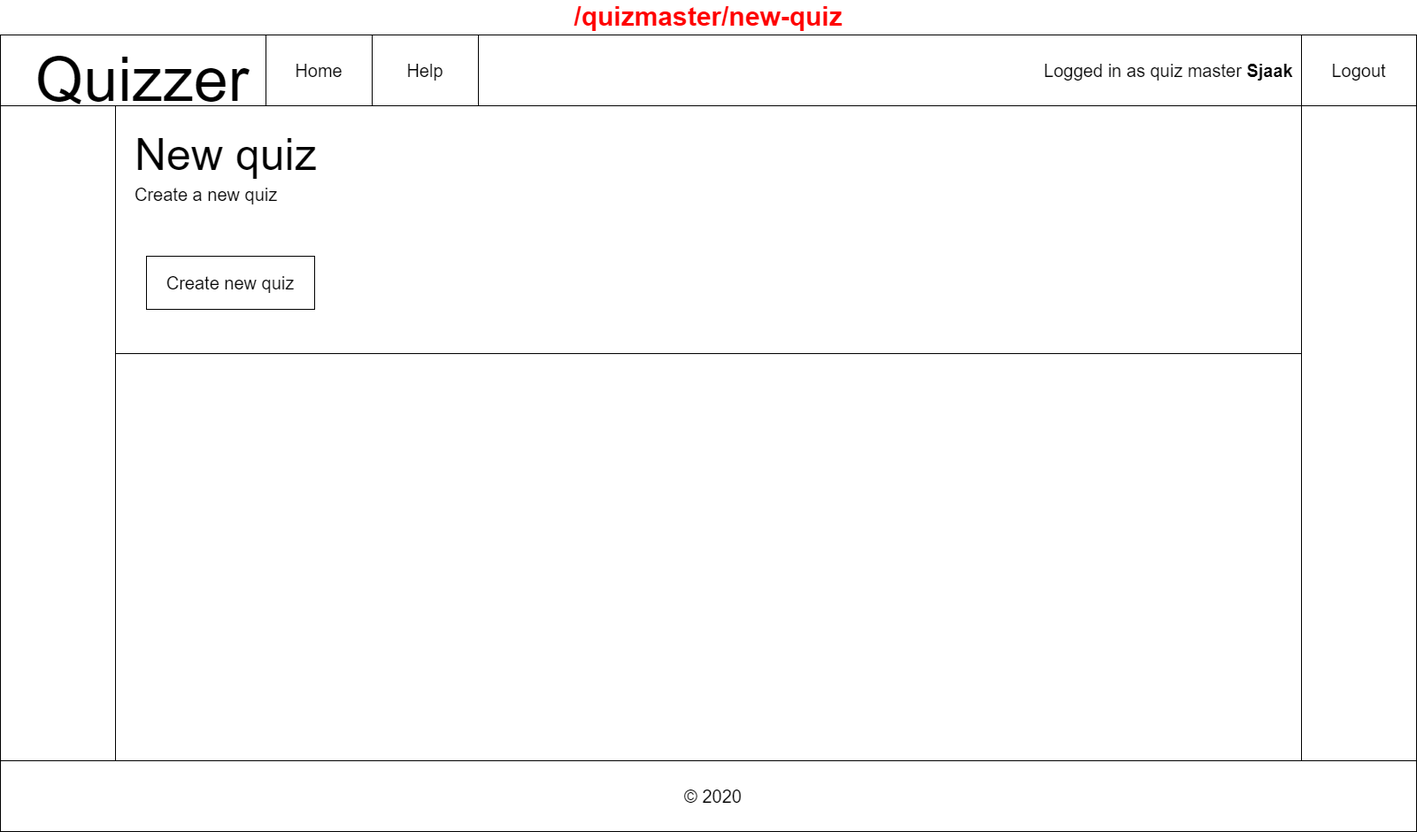
Before: docs/wireframes/quizmaster-new-quiz.png, a diagram exported from draw.io (IkBenDeSjaak/Quizzer). Source tidied: cells renumbered, new cells last; positions are measured from the earlier drawing's top-left corner, leaving out a move shared by most shapes. The source it was exported from:
```xml
<mxGraphModel>
  <root>
    <mxCell id="0" />
    <mxCell id="1" parent="0" />
    <mxCell id="2" style="group;" parent="1" vertex="1">
      <mxGeometry width="1600" height="900" as="geometry" />
    </mxCell>
    <mxCell id="3" value="/quizmaster/new-quiz" style="rounded=0;whiteSpace=wrap;html=1;labelPosition=center;verticalLabelPosition=top;align=center;verticalAlign=bottom;fontStyle=1;fontSize=30;fontColor=#FF0000;" parent="2" vertex="1">
      <mxGeometry width="1600" height="900" as="geometry" />
    </mxCell>
    <mxCell id="4" style="rounded=0;whiteSpace=wrap;html=1;" parent="2" vertex="1">
      <mxGeometry width="1600" height="80" as="geometry" />
    </mxCell>
    <mxCell id="5" value="&lt;font style=&quot;font-size: 70px&quot;&gt;Quizzer&lt;/font&gt;" style="text;html=1;align=center;verticalAlign=middle;" parent="2" vertex="1">
      <mxGeometry x="30" y="30" width="260" height="40" as="geometry" />
    </mxCell>
    <mxCell id="6" style="rounded=0;whiteSpace=wrap;html=1;" parent="2" vertex="1">
      <mxGeometry x="130" y="80" width="1340" height="740" as="geometry" />
    </mxCell>
    <mxCell id="7" style="rounded=0;whiteSpace=wrap;html=1;" parent="2" vertex="1">
      <mxGeometry y="820" width="1600" height="80" as="geometry" />
    </mxCell>
    <mxCell id="8" value="&lt;font style=&quot;font-size: 20px&quot;&gt;© 2020&lt;/font&gt;" style="text;html=1;align=center;verticalAlign=middle;" parent="2" vertex="1">
      <mxGeometry x="765" y="850" width="80" height="20" as="geometry" />
    </mxCell>
    <mxCell id="9" value="Home" style="rounded=0;whiteSpace=wrap;html=1;fontSize=20;" parent="2" vertex="1">
      <mxGeometry x="300" width="120" height="80" as="geometry" />
    </mxCell>
    <mxCell id="10" value="Help" style="rounded=0;whiteSpace=wrap;html=1;fontSize=20;" parent="2" vertex="1">
      <mxGeometry x="420" width="120" height="80" as="geometry" />
    </mxCell>
    <mxCell id="11" style="rounded=0;whiteSpace=wrap;html=1;" parent="2" vertex="1">
      <mxGeometry x="130" y="80" width="1340" height="280" as="geometry" />
    </mxCell>
    <mxCell id="12" value="&lt;span style=&quot;font-size: 20px&quot;&gt;Create a new quiz&lt;/span&gt;" style="text;html=1;strokeColor=none;fillColor=none;align=left;verticalAlign=middle;whiteSpace=wrap;rounded=0;" parent="2" vertex="1">
      <mxGeometry x="150" y="170" width="570" height="20" as="geometry" />
    </mxCell>
    <mxCell id="13" value="&lt;font style=&quot;font-size: 50px&quot;&gt;New quiz&lt;/font&gt;" style="text;html=1;align=left;verticalAlign=middle;" parent="2" vertex="1">
      <mxGeometry x="150" y="120" width="220" height="30" as="geometry" />
    </mxCell>
    <mxCell id="14" value="&lt;div style=&quot;text-align: right&quot;&gt;Logged in as quiz master &lt;b&gt;Sjaak&lt;/b&gt;&lt;/div&gt;" style="text;html=1;strokeColor=none;fillColor=none;align=center;verticalAlign=middle;whiteSpace=wrap;rounded=0;fontSize=20;" parent="2" vertex="1">
      <mxGeometry x="1170" y="30" width="300" height="20" as="geometry" />
    </mxCell>
    <mxCell id="15" value="Logout" style="rounded=0;whiteSpace=wrap;html=1;fontSize=20;" parent="2" vertex="1">
      <mxGeometry x="1470" width="130" height="80" as="geometry" />
    </mxCell>
    <mxCell id="16" value="&lt;font style=&quot;font-size: 20px&quot;&gt;Create new quiz&lt;/font&gt;" style="rounded=0;whiteSpace=wrap;html=1;align=center;" parent="2" vertex="1">
      <mxGeometry x="165" y="250" width="190" height="60" as="geometry" />
    </mxCell>
  </root>
</mxGraphModel>
```
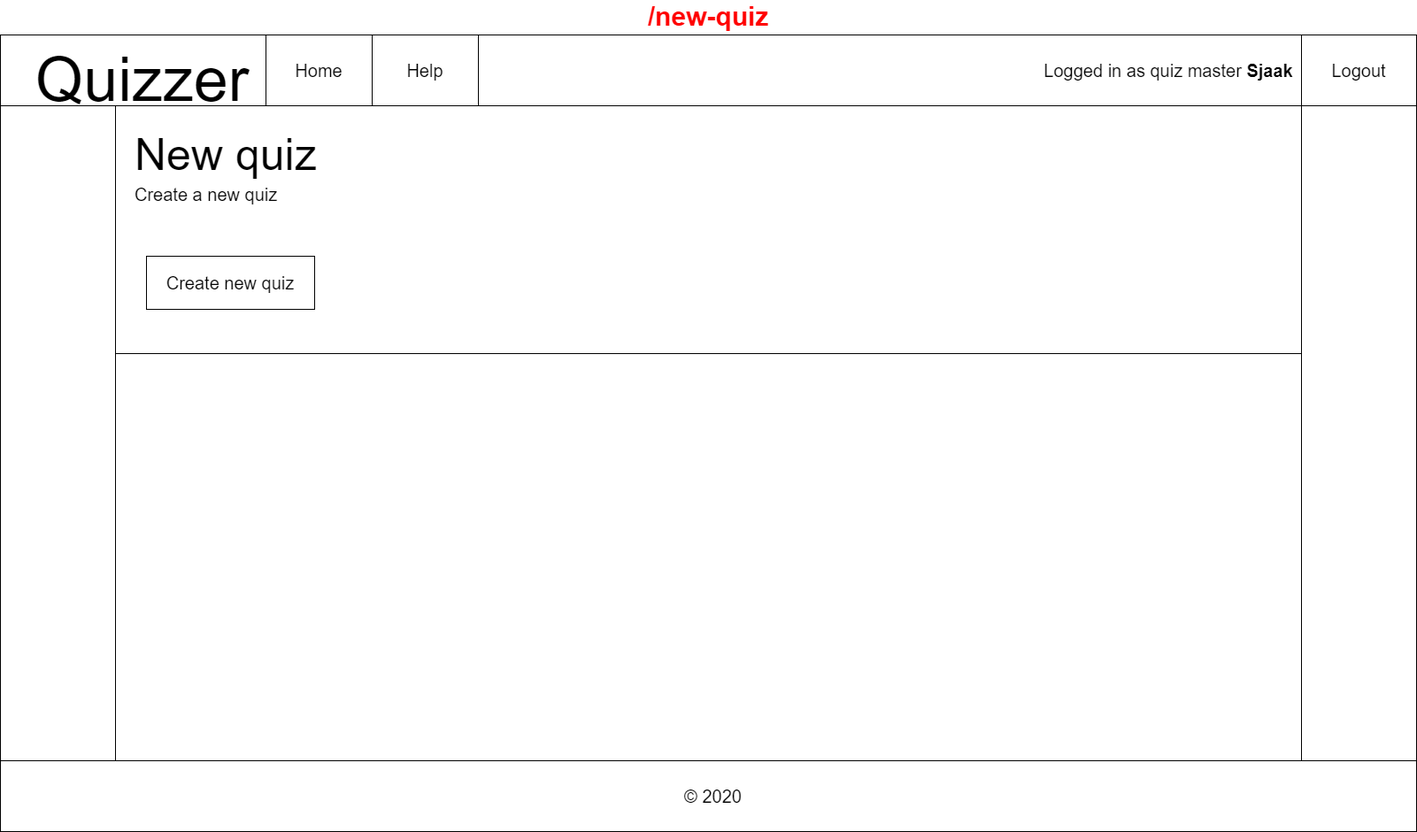
Above is the later version.

What changed in the source:
```diff
@@ -5,7 +5,7 @@
     <mxCell id="2" style="group;" parent="1" vertex="1">
       <mxGeometry width="1600" height="900" as="geometry" />
     </mxCell>
-    <mxCell id="3" value="/quizmaster/new-quiz" style="rounded=0;whiteSpace=wrap;html=1;labelPosition=center;verticalLabelPosition=top;align=center;verticalAlign=bottom;fontStyle=1;fontSize=30;fontColor=#FF0000;" parent="2" vertex="1">
+    <mxCell id="3" value="/new-quiz" style="rounded=0;whiteSpace=wrap;html=1;labelPosition=center;verticalLabelPosition=top;align=center;verticalAlign=bottom;fontStyle=1;fontSize=30;fontColor=#FF0000;" parent="2" vertex="1">
       <mxGeometry width="1600" height="900" as="geometry" />
     </mxCell>
     <mxCell id="4" style="rounded=0;whiteSpace=wrap;html=1;" parent="2" vertex="1">
```
